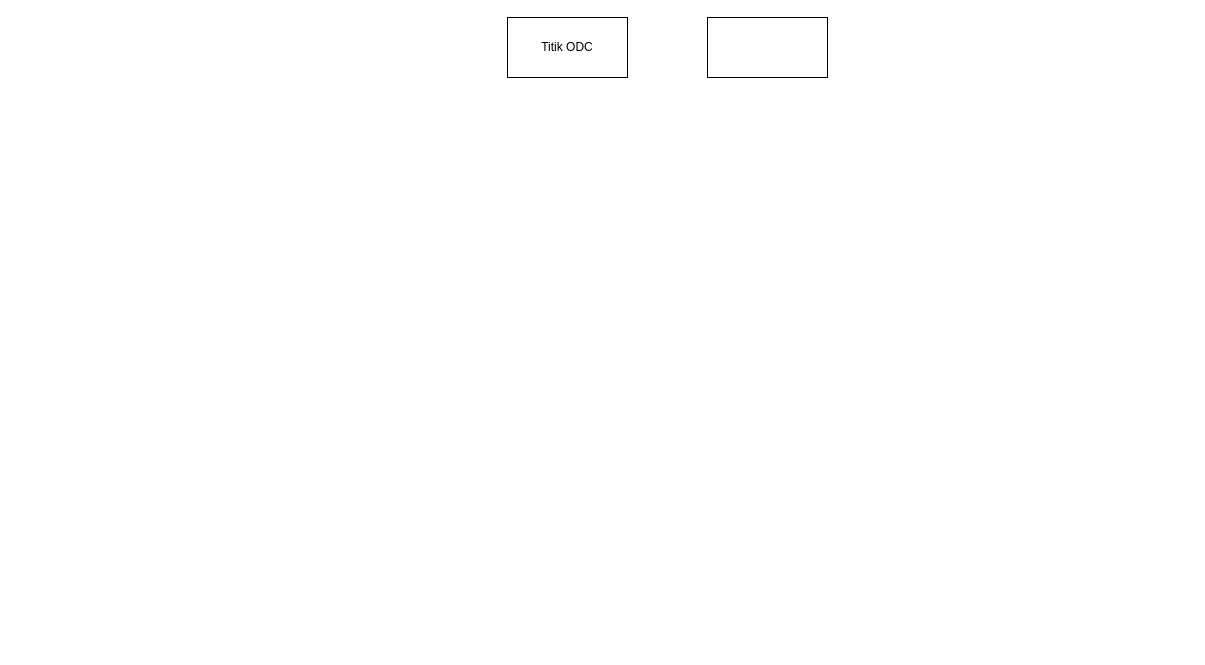
Above: page "Database ODC" (5 of 7) of diagram.drawio in anan474/kerja_praktek_2020 (draw.io), before the change. Source tidied: cells renumbered, new cells numbered last; positions are measured from the earlier drawing's top-left corner, leaving out a move shared by most shapes. Both pictures are drawn from the tidied source at 100%, with x=0, y=0 at pixel (507, 17).
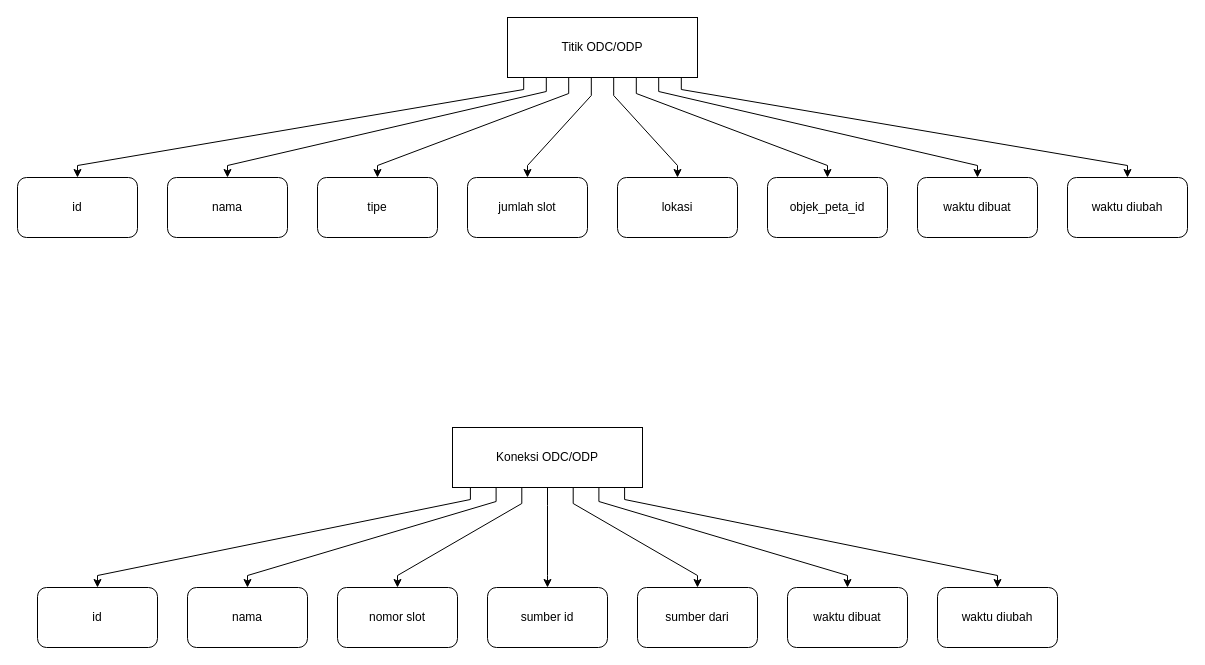
After the change.

What changed in the source:
```diff
@@
+    <mxCell id="4" style="edgeStyle=orthogonalEdgeStyle;rounded=0;jettySize=auto;html=1;exitDx=0;exitDy=0;entryDx=0;entryDy=0;noEdgeStyle=1;orthogonal=1;" parent="1" edge="1" source="2" target="12">
+      <mxGeometry relative="1" as="geometry">
+        <Array as="points">
+          <mxPoint x="16.2" y="72" />
+          <mxPoint x="-430" y="148" />
+        </Array>
+      </mxGeometry>
+    </mxCell>
+    <mxCell id="5" style="edgeStyle=orthogonalEdgeStyle;rounded=0;jettySize=auto;html=1;exitDx=0;exitDy=0;noEdgeStyle=1;orthogonal=1;" parent="1" edge="1" source="2" target="13">
+      <mxGeometry relative="1" as="geometry">
+        <Array as="points">
+          <mxPoint x="38.8" y="74" />
+          <mxPoint x="-280" y="148" />
+        </Array>
+      </mxGeometry>
+    </mxCell>
+    <mxCell id="6" style="edgeStyle=orthogonalEdgeStyle;rounded=0;jettySize=auto;html=1;exitDx=0;exitDy=0;entryDx=0;entryDy=0;noEdgeStyle=1;orthogonal=1;" parent="1" edge="1" source="2" target="14">
+      <mxGeometry relative="1" as="geometry">
+        <Array as="points">
+          <mxPoint x="61.2" y="76" />
+          <mxPoint x="-130" y="148" />
+        </Array>
+      </mxGeometry>
+    </mxCell>
+    <mxCell id="7" style="edgeStyle=orthogonalEdgeStyle;rounded=0;jettySize=auto;html=1;exitDx=0;exitDy=0;entryDx=0;entryDy=0;noEdgeStyle=1;orthogonal=1;" parent="1" edge="1" source="2" target="15">
+      <mxGeometry relative="1" as="geometry">
+        <Array as="points">
+          <mxPoint x="83.8" y="78" />
+          <mxPoint x="20" y="148" />
+        </Array>
+      </mxGeometry>
+    </mxCell>
+    <mxCell id="8" style="edgeStyle=orthogonalEdgeStyle;rounded=0;jettySize=auto;html=1;exitDx=0;exitDy=0;entryDx=0;entryDy=0;noEdgeStyle=1;orthogonal=1;" parent="1" edge="1" source="2" target="16">
+      <mxGeometry relative="1" as="geometry">
+        <Array as="points">
+          <mxPoint x="106.2" y="78" />
+          <mxPoint x="170" y="148" />
+        </Array>
+      </mxGeometry>
+    </mxCell>
+    <mxCell id="9" style="edgeStyle=orthogonalEdgeStyle;rounded=0;jettySize=auto;html=1;exitDx=0;exitDy=0;entryDx=0;entryDy=0;noEdgeStyle=1;orthogonal=1;" parent="1" edge="1" source="2" target="17">
+      <mxGeometry relative="1" as="geometry">
+        <Array as="points">
+          <mxPoint x="128.8" y="76" />
+          <mxPoint x="320" y="148" />
+        </Array>
+      </mxGeometry>
+    </mxCell>
+    <mxCell id="10" style="edgeStyle=orthogonalEdgeStyle;rounded=0;jettySize=auto;html=1;exitDx=0;exitDy=0;entryDx=0;entryDy=0;noEdgeStyle=1;orthogonal=1;" parent="1" edge="1" source="2" target="18">
+      <mxGeometry relative="1" as="geometry">
+        <Array as="points">
+          <mxPoint x="151.2" y="74" />
+          <mxPoint x="470" y="148" />
+        </Array>
+      </mxGeometry>
+    </mxCell>
+    <mxCell id="11" style="edgeStyle=orthogonalEdgeStyle;rounded=0;jettySize=auto;html=1;exitDx=0;exitDy=0;entryDx=0;entryDy=0;noEdgeStyle=1;orthogonal=1;" parent="1" edge="1" source="2" target="19">
+      <mxGeometry relative="1" as="geometry">
+        <Array as="points">
+          <mxPoint x="173.8" y="72" />
+          <mxPoint x="620" y="148" />
+        </Array>
+      </mxGeometry>
+    </mxCell>
-    <mxCell id="2" value="Titik ODC" style="rounded=0;whiteSpace=wrap;html=1;" parent="1" vertex="1">
-      <mxGeometry width="120" height="60" as="geometry" />
+    <mxCell id="2" value="Titik ODC/ODP" style="rounded=0;whiteSpace=wrap;html=1;" parent="1" vertex="1">
+      <mxGeometry width="190" height="60" as="geometry" />
     </mxCell>
-    <mxCell id="3" style="rounded=0;whiteSpace=wrap;html=1;" parent="1" vertex="1">
-      <mxGeometry x="200" width="120" height="60" as="geometry" />
-    </mxCell>
+    <mxCell id="12" value="id" style="rounded=1;whiteSpace=wrap;html=1;" parent="1" vertex="1">
+      <mxGeometry x="-490" y="160" width="120" height="60" as="geometry" />
+    </mxCell>
+    <mxCell id="13" value="nama" style="rounded=1;whiteSpace=wrap;html=1;" parent="1" vertex="1">
+      <mxGeometry x="-340" y="160" width="120" height="60" as="geometry" />
+    </mxCell>
+    <mxCell id="14" value="tipe" style="rounded=1;whiteSpace=wrap;html=1;" parent="1" vertex="1">
+      <mxGeometry x="-190" y="160" width="120" height="60" as="geometry" />
+    </mxCell>
+    <mxCell id="15" value="jumlah slot" style="rounded=1;whiteSpace=wrap;html=1;" parent="1" vertex="1">
+      <mxGeometry x="-40" y="160" width="120" height="60" as="geometry" />
+    </mxCell>
+    <mxCell id="16" value="lokasi" style="rounded=1;whiteSpace=wrap;html=1;" parent="1" vertex="1">
+      <mxGeometry x="110" y="160" width="120" height="60" as="geometry" />
+    </mxCell>
+    <mxCell id="17" value="objek_peta_id" style="rounded=1;whiteSpace=wrap;html=1;" parent="1" vertex="1">
+      <mxGeometry x="260" y="160" width="120" height="60" as="geometry" />
+    </mxCell>
+    <mxCell id="18" value="waktu dibuat" style="rounded=1;whiteSpace=wrap;html=1;" parent="1" vertex="1">
+      <mxGeometry x="410" y="160" width="120" height="60" as="geometry" />
+    </mxCell>
+    <mxCell id="19" value="waktu diubah" style="rounded=1;whiteSpace=wrap;html=1;" parent="1" vertex="1">
+      <mxGeometry x="560" y="160" width="120" height="60" as="geometry" />
+    </mxCell>
+    <mxCell id="20" style="edgeStyle=orthogonalEdgeStyle;rounded=0;jettySize=auto;html=1;exitDx=0;exitDy=0;entryDx=0;entryDy=0;noEdgeStyle=1;orthogonal=1;" parent="1" edge="1" source="27" target="28">
+      <mxGeometry relative="1" as="geometry">
+        <Array as="points">
+          <mxPoint x="-37.1" y="482" />
+          <mxPoint x="-410" y="558" />
+        </Array>
+      </mxGeometry>
+    </mxCell>
+    <mxCell id="21" style="edgeStyle=orthogonalEdgeStyle;rounded=0;jettySize=auto;html=1;exitDx=0;exitDy=0;entryDx=0;entryDy=0;noEdgeStyle=1;orthogonal=1;" parent="1" edge="1" source="27" target="29">
+      <mxGeometry relative="1" as="geometry">
+        <Array as="points">
+          <mxPoint x="-11.4" y="484" />
+          <mxPoint x="-260" y="558" />
+        </Array>
+      </mxGeometry>
+    </mxCell>
+    <mxCell id="22" style="edgeStyle=orthogonalEdgeStyle;rounded=0;jettySize=auto;html=1;exitDx=0;exitDy=0;entryDx=0;entryDy=0;noEdgeStyle=1;orthogonal=1;" parent="1" edge="1" source="27" target="30">
+      <mxGeometry relative="1" as="geometry">
+        <Array as="points">
+          <mxPoint x="14.3" y="486" />
+          <mxPoint x="-110" y="558" />
+        </Array>
+      </mxGeometry>
+    </mxCell>
+    <mxCell id="23" style="edgeStyle=orthogonalEdgeStyle;rounded=0;jettySize=auto;html=1;exitDx=0;exitDy=0;noEdgeStyle=1;orthogonal=1;" parent="1" edge="1" source="27" target="31">
+      <mxGeometry relative="1" as="geometry">
+        <Array as="points">
+          <mxPoint x="40" y="488" />
+          <mxPoint x="40" y="558" />
+        </Array>
+      </mxGeometry>
+    </mxCell>
+    <mxCell id="24" style="edgeStyle=orthogonalEdgeStyle;rounded=0;jettySize=auto;html=1;exitDx=0;exitDy=0;noEdgeStyle=1;orthogonal=1;" parent="1" edge="1" source="27" target="32">
+      <mxGeometry relative="1" as="geometry">
+        <Array as="points">
+          <mxPoint x="65.7" y="486" />
+          <mxPoint x="190" y="558" />
+        </Array>
+      </mxGeometry>
+    </mxCell>
+    <mxCell id="25" style="edgeStyle=orthogonalEdgeStyle;rounded=0;jettySize=auto;html=1;exitDx=0;exitDy=0;noEdgeStyle=1;orthogonal=1;" parent="1" edge="1" source="27" target="33">
+      <mxGeometry relative="1" as="geometry">
+        <Array as="points">
+          <mxPoint x="91.4" y="484" />
+          <mxPoint x="340" y="558" />
+        </Array>
+      </mxGeometry>
+    </mxCell>
+    <mxCell id="26" style="edgeStyle=orthogonalEdgeStyle;rounded=0;jettySize=auto;html=1;exitDx=0;exitDy=0;entryDx=0;entryDy=0;noEdgeStyle=1;orthogonal=1;" parent="1" edge="1" source="27" target="34">
+      <mxGeometry relative="1" as="geometry">
+        <Array as="points">
+          <mxPoint x="117.1" y="482" />
+          <mxPoint x="490" y="558" />
+        </Array>
+      </mxGeometry>
+    </mxCell>
+    <mxCell id="27" value="Koneksi ODC/ODP" style="rounded=0;whiteSpace=wrap;html=1;" parent="1" vertex="1">
+      <mxGeometry x="-55" y="410" width="190" height="60" as="geometry" />
+    </mxCell>
+    <mxCell id="28" value="id" style="rounded=1;whiteSpace=wrap;html=1;" parent="1" vertex="1">
+      <mxGeometry x="-470" y="570" width="120" height="60" as="geometry" />
+    </mxCell>
+    <mxCell id="29" value="nama" style="rounded=1;whiteSpace=wrap;html=1;" parent="1" vertex="1">
+      <mxGeometry x="-320" y="570" width="120" height="60" as="geometry" />
+    </mxCell>
+    <mxCell id="30" value="nomor slot" style="rounded=1;whiteSpace=wrap;html=1;" parent="1" vertex="1">
+      <mxGeometry x="-170" y="570" width="120" height="60" as="geometry" />
+    </mxCell>
+    <mxCell id="31" value="sumber id" style="rounded=1;whiteSpace=wrap;html=1;" parent="1" vertex="1">
+      <mxGeometry x="-20" y="570" width="120" height="60" as="geometry" />
+    </mxCell>
+    <mxCell id="32" value="sumber dari" style="rounded=1;whiteSpace=wrap;html=1;" parent="1" vertex="1">
+      <mxGeometry x="130" y="570" width="120" height="60" as="geometry" />
+    </mxCell>
+    <mxCell id="33" value="waktu dibuat" style="rounded=1;whiteSpace=wrap;html=1;" parent="1" vertex="1">
+      <mxGeometry x="280" y="570" width="120" height="60" as="geometry" />
+    </mxCell>
+    <mxCell id="34" value="waktu diubah" style="rounded=1;whiteSpace=wrap;html=1;" parent="1" vertex="1">
+      <mxGeometry x="430" y="570" width="120" height="60" as="geometry" />
+    </mxCell>
```
